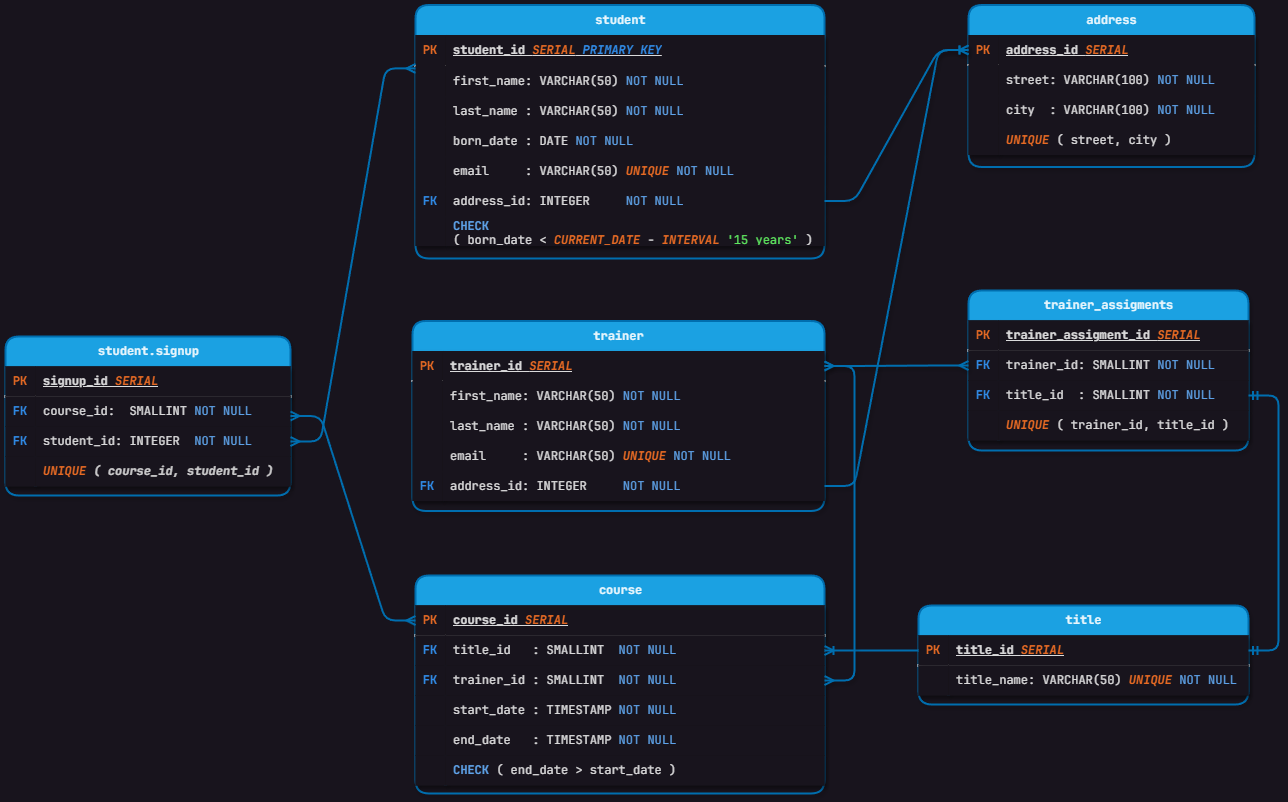
Above: Diagrams/db_diagram.png in Mirjax2000/db_project (draw.io), before the change. Source tidied: cells renumbered, new cells last; positions are measured from the earlier drawing's top-left corner, leaving out a move shared by most shapes.
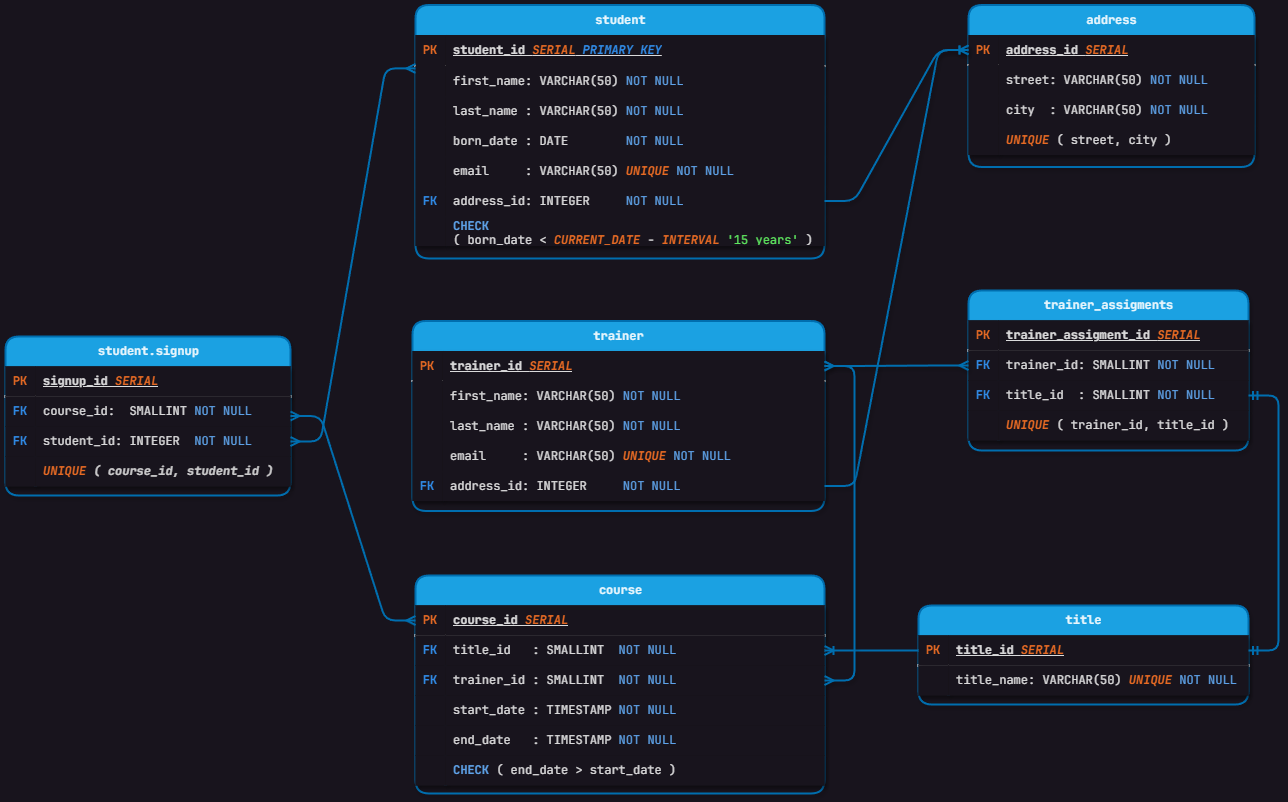
After the change.

The edit, as a diff of the source:
```diff
@@ -20,7 +20,7 @@
     <mxCell id="7" style="shape=partialRectangle;top=0;left=0;bottom=0;right=0;overflow=hidden;whiteSpace=wrap;html=1;align=left;fontFamily=JetBrains Mono;textShadow=0;textOpacity=90;labelBackgroundColor=none;rounded=1;fontSize=12;strokeWidth=2;shadow=1;swimlaneLine=0;" parent="6" vertex="1">
       <mxGeometry width="30" height="30" as="geometry" />
     </mxCell>
-    <mxCell id="8" value="street: VARCHAR(100) &lt;font color=&quot;#66b2ff&quot;&gt;NOT NULL&lt;/font&gt;" style="shape=partialRectangle;top=0;left=0;bottom=0;right=0;align=left;spacingLeft=6;overflow=hidden;whiteSpace=wrap;html=1;fontFamily=JetBrains Mono;textShadow=0;textOpacity=90;labelBackgroundColor=none;rounded=1;fontSize=12;strokeWidth=2;shadow=1;swimlaneLine=0;" parent="6" vertex="1">
+    <mxCell id="8" value="street: VARCHAR(50) &lt;font color=&quot;#66b2ff&quot;&gt;NOT NULL&lt;/font&gt;" style="shape=partialRectangle;top=0;left=0;bottom=0;right=0;align=left;spacingLeft=6;overflow=hidden;whiteSpace=wrap;html=1;fontFamily=JetBrains Mono;textShadow=0;textOpacity=90;labelBackgroundColor=none;rounded=1;fontSize=12;strokeWidth=2;shadow=1;swimlaneLine=0;" parent="6" vertex="1">
       <mxGeometry x="30" width="256" height="30" as="geometry" />
     </mxCell>
     <mxCell id="9" style="shape=tableRow;horizontal=0;startSize=0;swimlaneHead=0;swimlaneBody=0;top=0;left=0;right=0;bottom=0;align=left;fontFamily=JetBrains Mono;textShadow=0;textOpacity=90;labelBackgroundColor=none;rounded=1;fontSize=12;strokeWidth=2;shadow=1;swimlaneLine=0;" parent="2" vertex="1">
@@ -29,7 +29,7 @@
     <mxCell id="10" style="shape=partialRectangle;top=0;left=0;bottom=0;right=0;overflow=hidden;whiteSpace=wrap;html=1;align=left;fontFamily=JetBrains Mono;textShadow=0;textOpacity=90;labelBackgroundColor=none;rounded=1;fontSize=12;strokeWidth=2;shadow=1;swimlaneLine=0;" parent="9" vertex="1">
       <mxGeometry width="30" height="30" as="geometry" />
     </mxCell>
-    <mxCell id="11" value="city&amp;nbsp; : VARCHAR(100) &lt;font color=&quot;#66b2ff&quot;&gt;NOT NULL&lt;/font&gt;" style="shape=partialRectangle;top=0;left=0;bottom=0;right=0;align=left;spacingLeft=6;overflow=hidden;whiteSpace=wrap;html=1;fontFamily=JetBrains Mono;textShadow=0;textOpacity=90;labelBackgroundColor=none;rounded=1;fontSize=12;strokeWidth=2;shadow=1;swimlaneLine=0;" parent="9" vertex="1">
+    <mxCell id="11" value="city&amp;nbsp; : VARCHAR(50) &lt;font color=&quot;#66b2ff&quot;&gt;NOT NULL&lt;/font&gt;" style="shape=partialRectangle;top=0;left=0;bottom=0;right=0;align=left;spacingLeft=6;overflow=hidden;whiteSpace=wrap;html=1;fontFamily=JetBrains Mono;textShadow=0;textOpacity=90;labelBackgroundColor=none;rounded=1;fontSize=12;strokeWidth=2;shadow=1;swimlaneLine=0;" parent="9" vertex="1">
       <mxGeometry x="30" width="256" height="30" as="geometry" />
     </mxCell>
     <mxCell id="12" style="shape=tableRow;horizontal=0;startSize=0;swimlaneHead=0;swimlaneBody=0;top=0;left=0;right=0;bottom=0;align=left;fontFamily=JetBrains Mono;textShadow=0;textOpacity=90;labelBackgroundColor=none;rounded=1;fontSize=12;strokeWidth=2;shadow=1;swimlaneLine=0;" parent="2" vertex="1">
@@ -173,7 +173,7 @@
     <mxCell id="58" style="shape=partialRectangle;top=0;left=0;bottom=0;right=0;overflow=hidden;whiteSpace=wrap;html=1;align=left;fontFamily=JetBrains Mono;textShadow=0;textOpacity=90;labelBackgroundColor=none;rounded=1;fontSize=12;strokeWidth=2;shadow=1;swimlaneLine=0;" parent="57" vertex="1">
       <mxGeometry width="30" height="30" as="geometry" />
     </mxCell>
-    <mxCell id="59" value="born_date : DATE&amp;nbsp;&lt;font color=&quot;#66b2ff&quot;&gt;NOT NULL&lt;/font&gt;" style="shape=partialRectangle;top=0;left=0;bottom=0;right=0;align=left;spacingLeft=6;overflow=hidden;whiteSpace=wrap;html=1;fontFamily=JetBrains Mono;textShadow=0;textOpacity=90;labelBackgroundColor=none;rounded=1;fontSize=12;strokeWidth=2;shadow=1;swimlaneLine=0;" parent="57" vertex="1">
+    <mxCell id="59" value="born_date : DATE&amp;nbsp; &amp;nbsp; &amp;nbsp; &amp;nbsp;&amp;nbsp;&lt;font color=&quot;#66b2ff&quot;&gt;NOT NULL&lt;/font&gt;" style="shape=partialRectangle;top=0;left=0;bottom=0;right=0;align=left;spacingLeft=6;overflow=hidden;whiteSpace=wrap;html=1;fontFamily=JetBrains Mono;textShadow=0;textOpacity=90;labelBackgroundColor=none;rounded=1;fontSize=12;strokeWidth=2;shadow=1;swimlaneLine=0;" parent="57" vertex="1">
       <mxGeometry x="30" width="379" height="30" as="geometry" />
     </mxCell>
     <mxCell id="60" style="shape=tableRow;horizontal=0;startSize=0;swimlaneHead=0;swimlaneBody=0;top=0;left=0;right=0;bottom=0;align=left;fontFamily=JetBrains Mono;textShadow=0;textOpacity=90;labelBackgroundColor=none;rounded=1;fontSize=12;strokeWidth=2;shadow=1;swimlaneLine=0;" parent="47" vertex="1">
```
